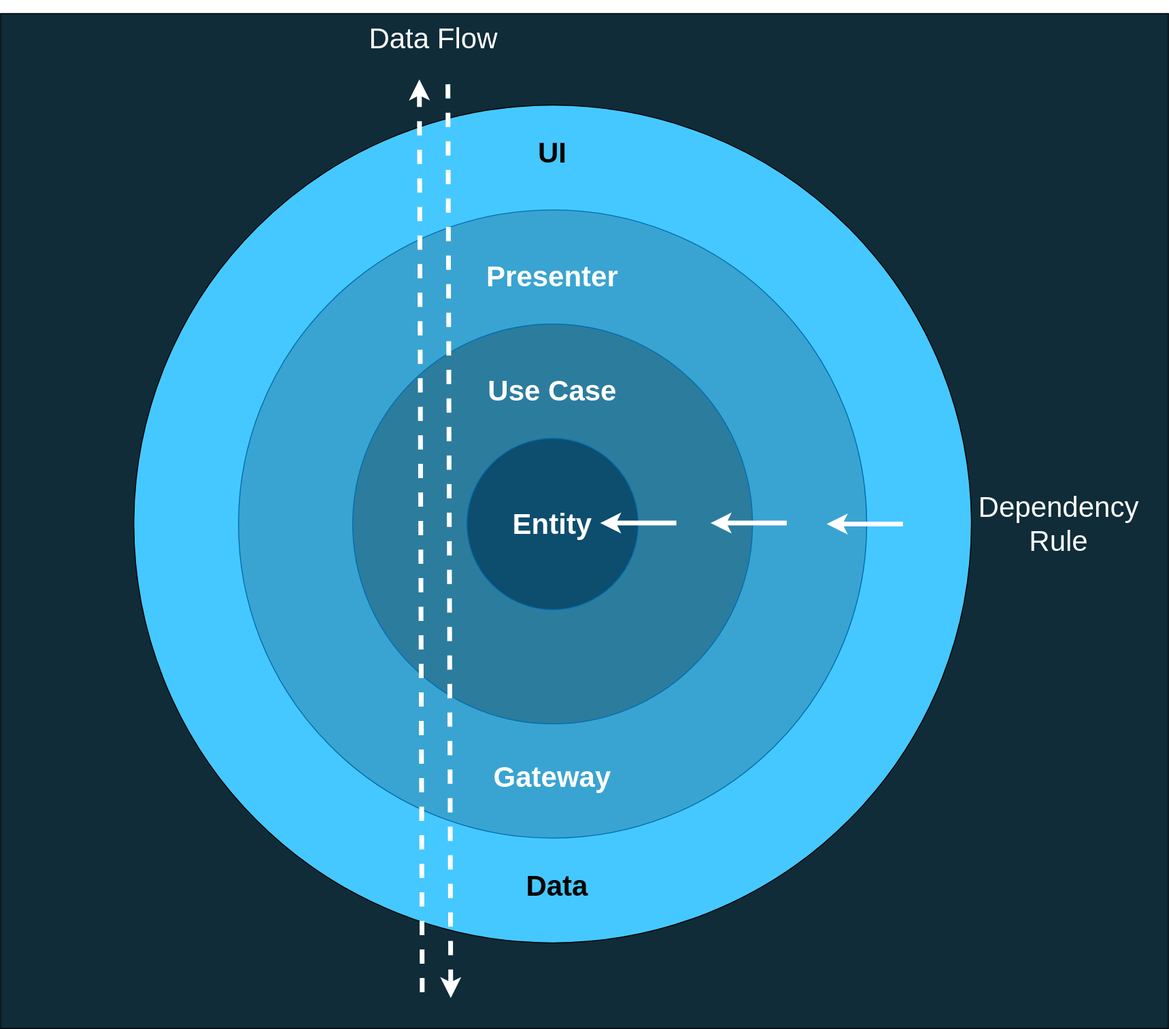
Above: diagrams/images/caFlowControlDependency.svg in AlexanderLapygin/dependency-inversion-slides (draw.io), before the change. Source tidied: cells renumbered, new cells last; positions are measured from the earlier drawing's top-left corner, leaving out a move shared by most shapes.
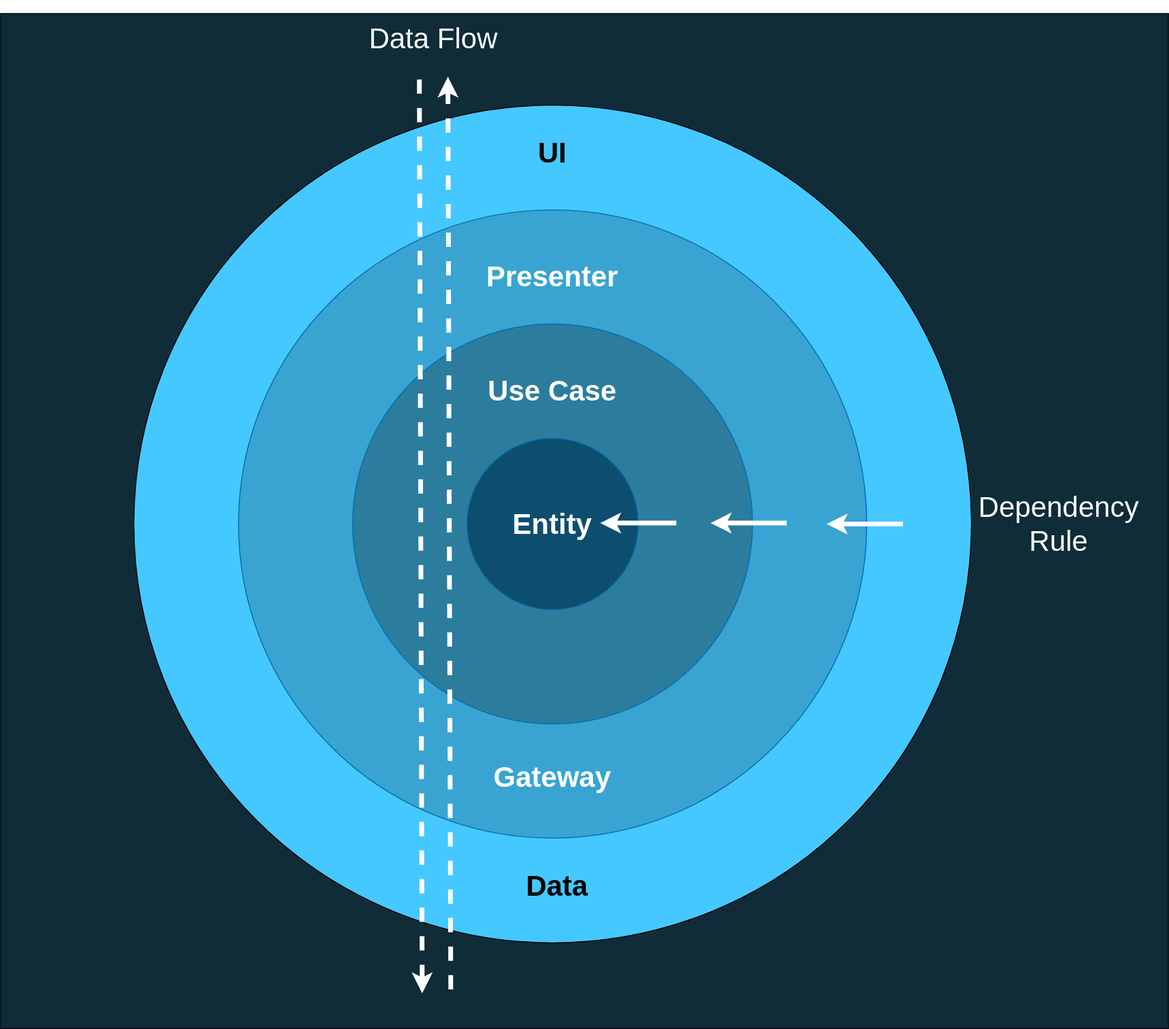
After the change.

Diff of the diagram source:
```diff
@@ -53,13 +53,13 @@
     <mxCell id="15" value="Dependency Rule" style="text;html=1;strokeColor=none;fillColor=none;align=center;verticalAlign=middle;whiteSpace=wrap;rounded=0;fontSize=30;fontStyle=0;fontColor=#FFFFFF;" parent="1" vertex="1">
       <mxGeometry x="997" y="510" width="230" height="80" as="geometry" />
     </mxCell>
-    <mxCell id="16" style="endArrow=classic;html=1;strokeColor=#FFFFFF;strokeWidth=5;fontSize=30;fontColor=#FFFFFF;dashed=1;" parent="1" edge="1">
+    <mxCell id="16" style="endArrow=none;html=1;strokeColor=#FFFFFF;strokeWidth=5;fontSize=30;fontColor=#FFFFFF;dashed=1;startArrow=classic;startFill=0;endFill=0;" parent="1" edge="1">
       <mxGeometry relative="1" as="geometry">
-        <mxPoint x="470" y="88" as="sourcePoint" />
-        <mxPoint x="473" y="1048" as="targetPoint" />
+        <mxPoint x="470" y="80" as="sourcePoint" />
+        <mxPoint x="473" y="1040" as="targetPoint" />
       </mxGeometry>
     </mxCell>
-    <mxCell id="17" style="endArrow=none;html=1;strokeColor=#FFFFFF;strokeWidth=5;fontSize=30;fontColor=#FFFFFF;dashed=1;endFill=0;startArrow=classic;startFill=0;" parent="1" edge="1">
+    <mxCell id="17" style="endArrow=classic;html=1;strokeColor=#FFFFFF;strokeWidth=5;fontSize=30;fontColor=#FFFFFF;dashed=1;endFill=0;startArrow=none;startFill=0;" parent="1" edge="1">
       <mxGeometry relative="1" as="geometry">
         <mxPoint x="440" y="83" as="sourcePoint" />
         <mxPoint x="443" y="1043" as="targetPoint" />
```
